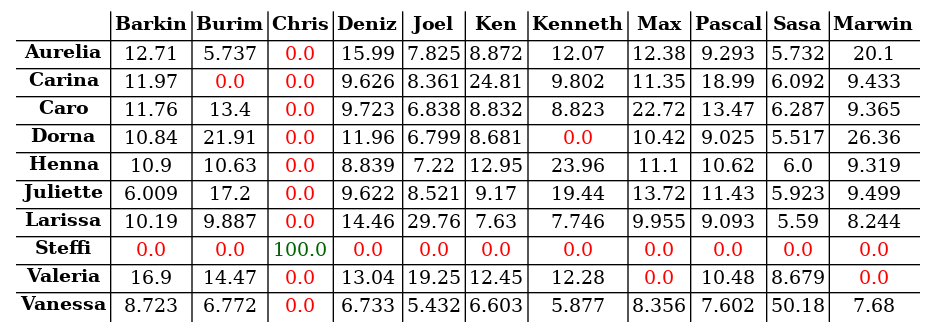
This is s04/s04_tab.png from atticus-sullivan/sim-ayto, a Graphviz export, as it was before one commit. Its source is kept beside it as s04/s04_tab.dot.
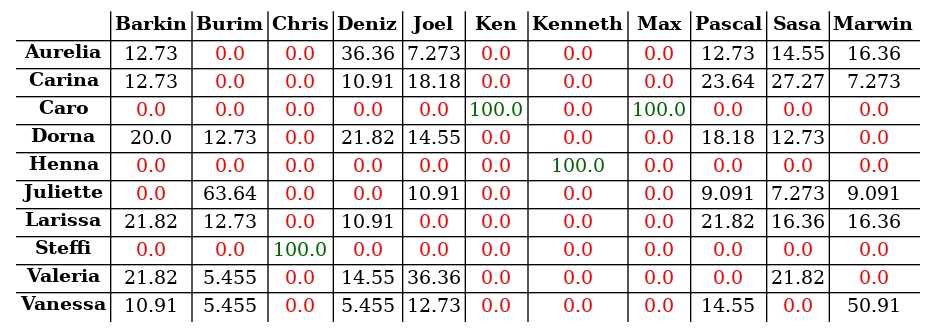
Above is the later version.

Change to the diagram source:
```diff
@@ -15,95 +15,95 @@
 <td><B>Marwin</B></td>
 </tr>
 <tr><td><B>Aurelia</B></td>
-<td><font color="black">12.71</font></td>
-<td><font color="black">5.737</font></td>
+<td><font color="black">12.73</font></td>
 <td><font color="red">0.0</font></td>
-<td><font color="black">15.99</font></td>
-<td><font color="black">7.825</font></td>
-<td><font color="black">8.872</font></td>
-<td><font color="black">12.07</font></td>
-<td><font color="black">12.38</font></td>
-<td><font color="black">9.293</font></td>
-<td><font color="black">5.732</font></td>
-<td><font color="black">20.1</font></td>
+<td><font color="red">0.0</font></td>
+<td><font color="black">36.36</font></td>
+<td><font color="black">7.273</font></td>
+<td><font color="red">0.0</font></td>
+<td><font color="red">0.0</font></td>
+<td><font color="red">0.0</font></td>
+<td><font color="black">12.73</font></td>
+<td><font color="black">14.55</font></td>
+<td><font color="black">16.36</font></td>
 </tr>
 <tr><td><B>Carina</B></td>
-<td><font color="black">11.97</font></td>
+<td><font color="black">12.73</font></td>
 <td><font color="red">0.0</font></td>
 <td><font color="red">0.0</font></td>
-<td><font color="black">9.626</font></td>
-<td><font color="black">8.361</font></td>
-<td><font color="black">24.81</font></td>
-<td><font color="black">9.802</font></td>
-<td><font color="black">11.35</font></td>
-<td><font color="black">18.99</font></td>
-<td><font color="black">6.092</font></td>
-<td><font color="black">9.433</font></td>
+<td><font color="black">10.91</font></td>
+<td><font color="black">18.18</font></td>
+<td><font color="red">0.0</font></td>
+<td><font color="red">0.0</font></td>
+<td><font color="red">0.0</font></td>
+<td><font color="black">23.64</font></td>
+<td><font color="black">27.27</font></td>
+<td><font color="black">7.273</font></td>
 </tr>
 <tr><td><B>Caro</B></td>
-<td><font color="black">11.76</font></td>
-<td><font color="black">13.4</font></td>
 <td><font color="red">0.0</font></td>
-<td><font color="black">9.723</font></td>
-<td><font color="black">6.838</font></td>
-<td><font color="black">8.832</font></td>
-<td><font color="black">8.823</font></td>
-<td><font color="black">22.72</font></td>
-<td><font color="black">13.47</font></td>
-<td><font color="black">6.287</font></td>
-<td><font color="black">9.365</font></td>
+<td><font color="red">0.0</font></td>
+<td><font color="red">0.0</font></td>
+<td><font color="red">0.0</font></td>
+<td><font color="red">0.0</font></td>
+<td><font color="darkgreen">100.0</font></td>
+<td><font color="red">0.0</font></td>
+<td><font color="darkgreen">100.0</font></td>
+<td><font color="red">0.0</font></td>
+<td><font color="red">0.0</font></td>
+<td><font color="red">0.0</font></td>
 </tr>
 <tr><td><B>Dorna</B></td>
-<td><font color="black">10.84</font></td>
-<td><font color="black">21.91</font></td>
+<td><font color="black">20.0</font></td>
+<td><font color="black">12.73</font></td>
 <td><font color="red">0.0</font></td>
-<td><font color="black">11.96</font></td>
-<td><font color="black">6.799</font></td>
-<td><font color="black">8.681</font></td>
+<td><font color="black">21.82</font></td>
+<td><font color="black">14.55</font></td>
 <td><font color="red">0.0</font></td>
-<td><font color="black">10.42</font></td>
-<td><font color="black">9.025</font></td>
-<td><font color="black">5.517</font></td>
-<td><font color="black">26.36</font></td>
+<td><font color="red">0.0</font></td>
+<td><font color="red">0.0</font></td>
+<td><font color="black">18.18</font></td>
+<td><font color="black">12.73</font></td>
+<td><font color="red">0.0</font></td>
 </tr>
 <tr><td><B>Henna</B></td>
-<td><font color="black">10.9</font></td>
-<td><font color="black">10.63</font></td>
 <td><font color="red">0.0</font></td>
-<td><font color="black">8.839</font></td>
-<td><font color="black">7.22</font></td>
-<td><font color="black">12.95</font></td>
-<td><font color="black">23.96</font></td>
-<td><font color="black">11.1</font></td>
-<td><font color="black">10.62</font></td>
-<td><font color="black">6.0</font></td>
-<td><font color="black">9.319</font></td>
+<td><font color="red">0.0</font></td>
+<td><font color="red">0.0</font></td>
+<td><font color="red">0.0</font></td>
+<td><font color="red">0.0</font></td>
+<td><font color="red">0.0</font></td>
+<td><font color="darkgreen">100.0</font></td>
+<td><font color="red">0.0</font></td>
+<td><font color="red">0.0</font></td>
+<td><font color="red">0.0</font></td>
+<td><font color="red">0.0</font></td>
 </tr>
 <tr><td><B>Juliette</B></td>
-<td><font color="black">6.009</font></td>
-<td><font color="black">17.2</font></td>
 <td><font color="red">0.0</font></td>
-<td><font color="black">9.622</font></td>
-<td><font color="black">8.521</font></td>
-<td><font color="black">9.17</font></td>
-<td><font color="black">19.44</font></td>
-<td><font color="black">13.72</font></td>
-<td><font color="black">11.43</font></td>
-<td><font color="black">5.923</font></td>
-<td><font color="black">9.499</font></td>
+<td><font color="black">63.64</font></td>
+<td><font color="red">0.0</font></td>
+<td><font color="red">0.0</font></td>
+<td><font color="black">10.91</font></td>
+<td><font color="red">0.0</font></td>
+<td><font color="red">0.0</font></td>
+<td><font color="red">0.0</font></td>
+<td><font color="black">9.091</font></td>
+<td><font color="black">7.273</font></td>
+<td><font color="black">9.091</font></td>
 </tr>
 <tr><td><B>Larissa</B></td>
-<td><font color="black">10.19</font></td>
-<td><font color="black">9.887</font></td>
+<td><font color="black">21.82</font></td>
+<td><font color="black">12.73</font></td>
 <td><font color="red">0.0</font></td>
-<td><font color="black">14.46</font></td>
-<td><font color="black">29.76</font></td>
-<td><font color="black">7.63</font></td>
-<td><font color="black">7.746</font></td>
-<td><font color="black">9.955</font></td>
-<td><font color="black">9.093</font></td>
-<td><font color="black">5.59</font></td>
-<td><font color="black">8.244</font></td>
+<td><font color="black">10.91</font></td>
+<td><font color="red">0.0</font></td>
+<td><font color="red">0.0</font></td>
+<td><font color="red">0.0</font></td>
+<td><font color="red">0.0</font></td>
+<td><font color="black">21.82</font></td>
+<td><font color="black">16.36</font></td>
+<td><font color="black">16.36</font></td>
 </tr>
 <tr><td><B>Steffi</B></td>
 <td><font color="red">0.0</font></td>
@@ -119,30 +119,30 @@
 <td><font color="red">0.0</font></td>
 </tr>
 <tr><td><B>Valeria</B></td>
-<td><font color="black">16.9</font></td>
-<td><font color="black">14.47</font></td>
+<td><font color="black">21.82</font></td>
+<td><font color="black">5.455</font></td>
 <td><font color="red">0.0</font></td>
-<td><font color="black">13.04</font></td>
-<td><font color="black">19.25</font></td>
-<td><font color="black">12.45</font></td>
-<td><font color="black">12.28</font></td>
+<td><font color="black">14.55</font></td>
+<td><font color="black">36.36</font></td>
 <td><font color="red">0.0</font></td>
-<td><font color="black">10.48</font></td>
-<td><font color="black">8.679</font></td>
+<td><font color="red">0.0</font></td>
+<td><font color="red">0.0</font></td>
+<td><font color="red">0.0</font></td>
+<td><font color="black">21.82</font></td>
 <td><font color="red">0.0</font></td>
 </tr>
 <tr><td><B>Vanessa</B></td>
-<td><font color="black">8.723</font></td>
-<td><font color="black">6.772</font></td>
+<td><font color="black">10.91</font></td>
+<td><font color="black">5.455</font></td>
 <td><font color="red">0.0</font></td>
-<td><font color="black">6.733</font></td>
-<td><font color="black">5.432</font></td>
-<td><font color="black">6.603</font></td>
-<td><font color="black">5.877</font></td>
-<td><font color="black">8.356</font></td>
-<td><font color="black">7.602</font></td>
-<td><font color="black">50.18</font></td>
-<td><font color="black">7.68</font></td>
+<td><font color="black">5.455</font></td>
+<td><font color="black">12.73</font></td>
+<td><font color="red">0.0</font></td>
+<td><font color="red">0.0</font></td>
+<td><font color="red">0.0</font></td>
+<td><font color="black">14.55</font></td>
+<td><font color="red">0.0</font></td>
+<td><font color="black">50.91</font></td>
 </tr>
 </table>
 >];}
```
